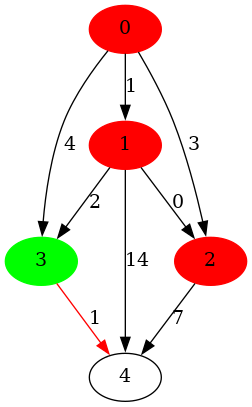
This is algorithm_visualizer/src/save/tmp/dicgraph.png from Les-Alchimistes-Labs/AlgorithmVisualizer, a Graphviz export, as it was before one commit. Its source is kept beside it as algorithm_visualizer/src/save/tmp/dicgraph.dot.
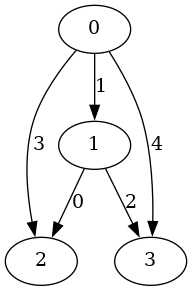
Later version of the same file.

Change to the diagram source:
```diff
@@ -1,15 +1,11 @@
-digraph dicgraph { // 5
+digraph dicgraph { // 4
 n0->n1 [label = 1] // 0 1 1
 n0->n2 [label = 3] // 0 2 3
 n0->n3 [label = 4] // 0 3 4
 n1->n2 [label = 0] // 1 2 0
 n1->n3 [label = 2] // 1 3 2
-n1->n4 [label = 14] // 1 4 14
-n2->n4 [label = 7] // 2 4 7
-n3->n4 [label = 1 ,color = red] // 3 4 1
-n0 [label="0", style = filled , color = red ]
-n1 [label="1", style = filled , color = red ]
-n2 [label="2", style = filled , color = red ]
-n3 [label="3", style = filled , color = green ]
-n4 [label="4"]
+n0 [label="0"]
+n1 [label="1"]
+n2 [label="2"]
+n3 [label="3"]
 }
```
